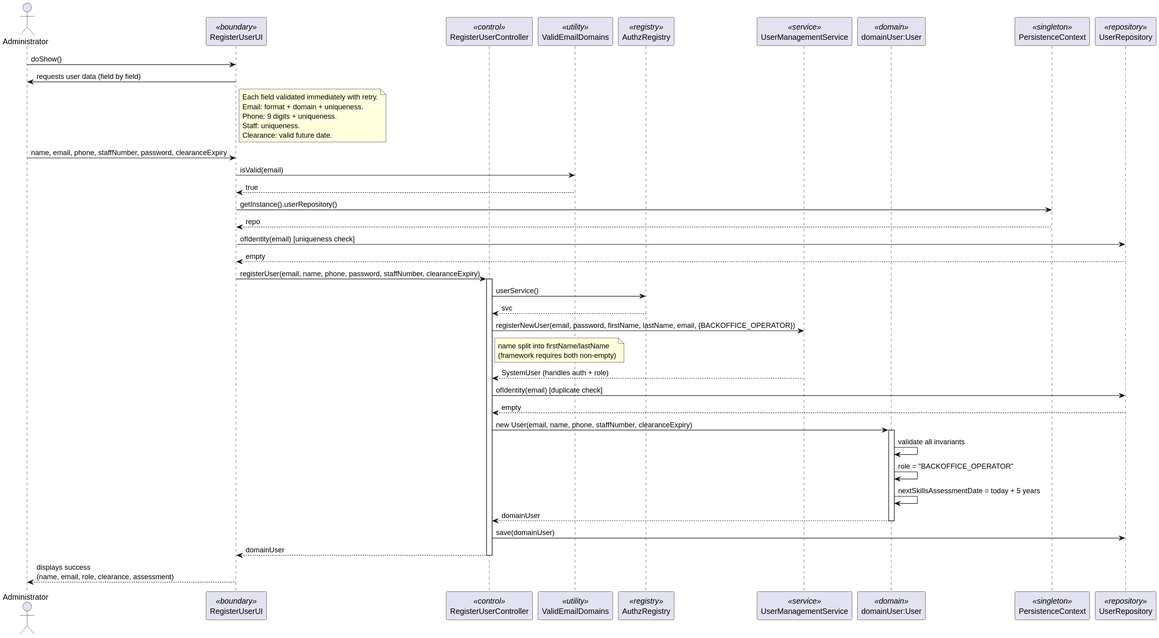
This is docs/Sprint 3/EAPLI/US031/svg/US031-sequence-diagram.svg from DuartePinto1240/sem4pi2526-sem4pi2526_2da2, a PlantUML export, as it was before one commit. The source it was exported from:
```plantuml
@startuml
actor Administrator
participant RegisterUserUI as UI <<boundary>>
participant RegisterUserController as CTRL <<control>>
participant ValidEmailDomains as VED <<utility>>
participant AuthzRegistry as REG <<registry>>
participant UserManagementService as SVC <<service>>
participant "domainUser:User" as USER <<domain>>
participant PersistenceContext as PCON <<singleton>>
participant UserRepository as REPO <<repository>>

Administrator -> UI : doShow()
UI -> Administrator : requests user data (field by field)

note right of UI
  Each field validated immediately with retry.
  Email: format + domain + uniqueness.
  Phone: 9 digits + uniqueness.
  Staff: uniqueness.
  Clearance: valid future date.
end note

Administrator -> UI : name, email, phone, staffNumber, password, clearanceExpiry
UI -> VED : isValid(email)
VED --> UI : true
UI -> PCON : getInstance().userRepository()
PCON --> UI : repo
UI -> REPO : ofIdentity(email) [uniqueness check]
REPO --> UI : empty

UI -> CTRL : registerUser(email, name, phone, password, staffNumber, clearanceExpiry)
activate CTRL

CTRL -> REG : userService()
REG --> CTRL : svc
CTRL -> SVC : registerNewUser(email, password, firstName, lastName, email, {BACKOFFICE_OPERATOR})
note right of CTRL
  name split into firstName/lastName
  (framework requires both non-empty)
end note
SVC --> CTRL : SystemUser (handles auth + role)

CTRL -> REPO : ofIdentity(email) [duplicate check]
REPO --> CTRL : empty
CTRL -> USER : new User(email, name, phone, staffNumber, clearanceExpiry)
activate USER
USER -> USER : validate all invariants
USER -> USER : role = "BACKOFFICE_OPERATOR"
USER -> USER : nextSkillsAssessmentDate = today + 5 years
USER --> CTRL : domainUser
deactivate USER
CTRL -> REPO : save(domainUser)
CTRL --> UI : domainUser
deactivate CTRL

UI --> Administrator : displays success\n(name, email, role, clearance, assessment)
@enduml
```
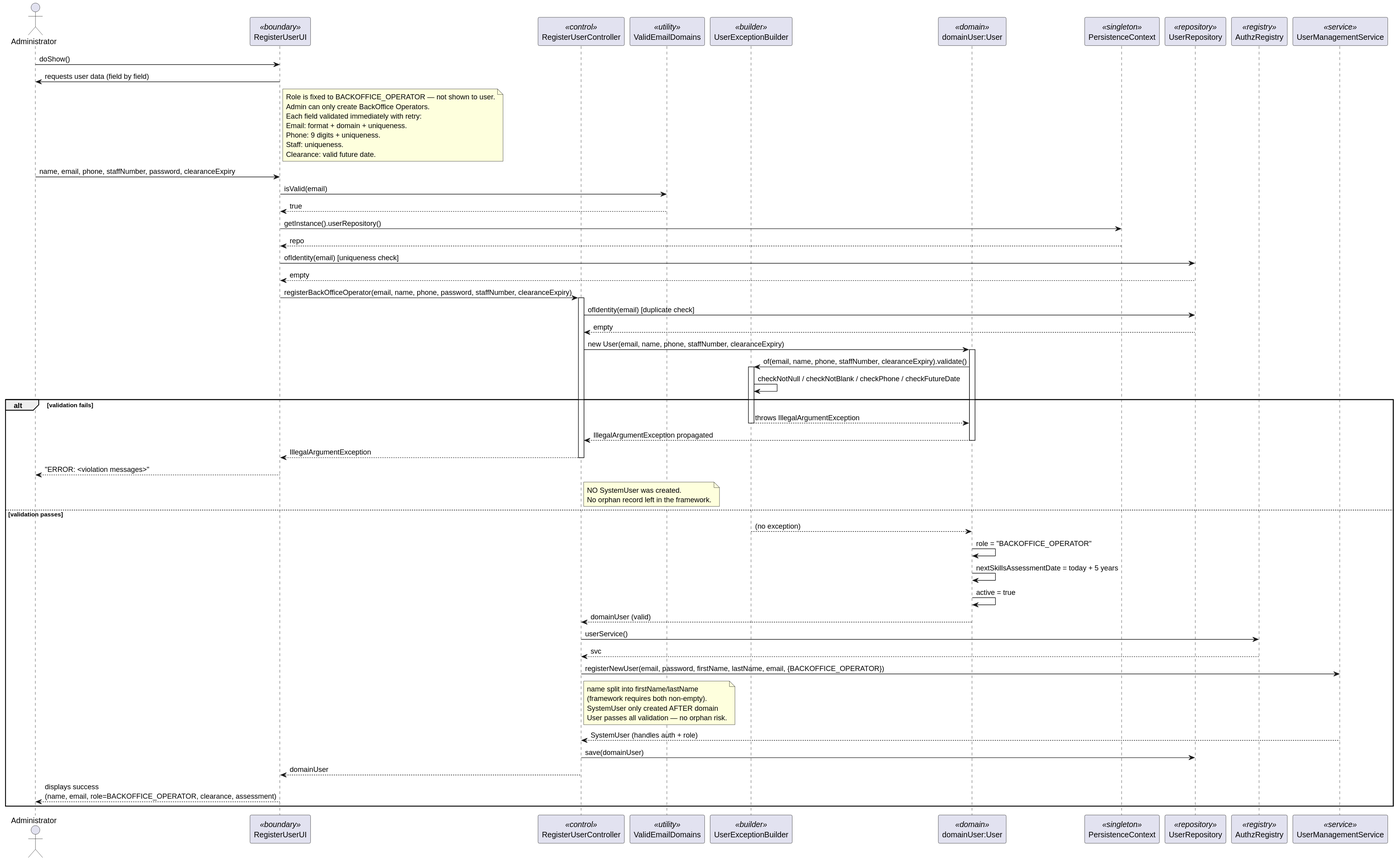
After the commit.

The edit, as a diff of the source:
```diff
@@ -3,17 +3,20 @@
 participant RegisterUserUI as UI <<boundary>>
 participant RegisterUserController as CTRL <<control>>
 participant ValidEmailDomains as VED <<utility>>
-participant AuthzRegistry as REG <<registry>>
-participant UserManagementService as SVC <<service>>
+participant "UserExceptionBuilder" as UEB <<builder>>
 participant "domainUser:User" as USER <<domain>>
 participant PersistenceContext as PCON <<singleton>>
 participant UserRepository as REPO <<repository>>
+participant AuthzRegistry as REG <<registry>>
+participant UserManagementService as SVC <<service>>
 
 Administrator -> UI : doShow()
 UI -> Administrator : requests user data (field by field)
 
 note right of UI
-  Each field validated immediately with retry.
+  Role is fixed to BACKOFFICE_OPERATOR — not shown to user.
+  Admin can only create BackOffice Operators.
+  Each field validated immediately with retry:
   Email: format + domain + uniqueness.
   Phone: 9 digits + uniqueness.
   Staff: uniqueness.
@@ -28,30 +31,54 @@
 UI -> REPO : ofIdentity(email) [uniqueness check]
 REPO --> UI : empty
 
-UI -> CTRL : registerUser(email, name, phone, password, staffNumber, clearanceExpiry)
+UI -> CTRL : registerBackOfficeOperator(email, name, phone, password, staffNumber, clearanceExpiry)
 activate CTRL
-
-CTRL -> REG : userService()
-REG --> CTRL : svc
-CTRL -> SVC : registerNewUser(email, password, firstName, lastName, email, {BACKOFFICE_OPERATOR})
-note right of CTRL
-  name split into firstName/lastName
-  (framework requires both non-empty)
-end note
-SVC --> CTRL : SystemUser (handles auth + role)
 
 CTRL -> REPO : ofIdentity(email) [duplicate check]
 REPO --> CTRL : empty
+
 CTRL -> USER : new User(email, name, phone, staffNumber, clearanceExpiry)
 activate USER
-USER -> USER : validate all invariants
-USER -> USER : role = "BACKOFFICE_OPERATOR"
-USER -> USER : nextSkillsAssessmentDate = today + 5 years
-USER --> CTRL : domainUser
-deactivate USER
-CTRL -> REPO : save(domainUser)
-CTRL --> UI : domainUser
-deactivate CTRL
+USER -> UEB : of(email, name, phone, staffNumber, clearanceExpiry).validate()
+activate UEB
+UEB -> UEB : checkNotNull / checkNotBlank / checkPhone / checkFutureDate
 
-UI --> Administrator : displays success\n(name, email, role, clearance, assessment)
+alt validation fails
+    UEB --> USER : throws IllegalArgumentException
+    deactivate UEB
+    USER --> CTRL : IllegalArgumentException propagated
+    deactivate USER
+    CTRL --> UI : IllegalArgumentException
+    deactivate CTRL
+    UI --> Administrator : "ERROR: <violation messages>"
+    note right of CTRL
+      NO SystemUser was created.
+      No orphan record left in the framework.
+    end note
+else validation passes
+    UEB --> USER : (no exception)
+    deactivate UEB
+    USER -> USER : role = "BACKOFFICE_OPERATOR"
+    USER -> USER : nextSkillsAssessmentDate = today + 5 years
+    USER -> USER : active = true
+    USER --> CTRL : domainUser (valid)
+    deactivate USER
+
+    CTRL -> REG : userService()
+    REG --> CTRL : svc
+    CTRL -> SVC : registerNewUser(email, password, firstName, lastName, email, {BACKOFFICE_OPERATOR})
+    note right of CTRL
+      name split into firstName/lastName
+      (framework requires both non-empty).
+      SystemUser only created AFTER domain
+      User passes all validation — no orphan risk.
+    end note
+    SVC --> CTRL : SystemUser (handles auth + role)
+
+    CTRL -> REPO : save(domainUser)
+    CTRL --> UI : domainUser
+    deactivate CTRL
+
+    UI --> Administrator : displays success\n(name, email, role=BACKOFFICE_OPERATOR, clearance, assessment)
+end
 @enduml
```
